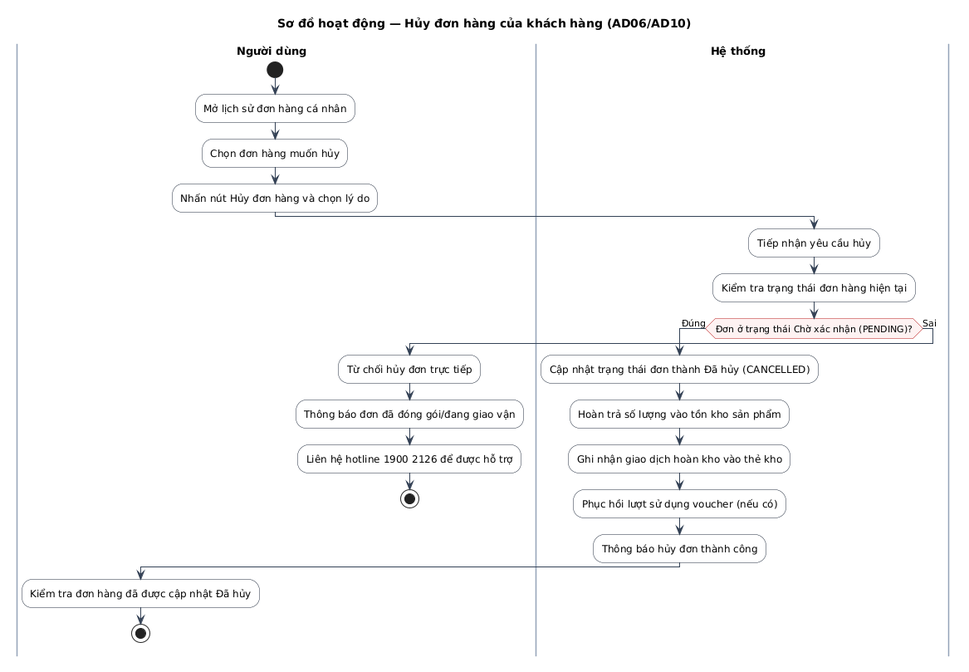
This is docs/diagrams/activity/AD06_HUY_DON_HANG_KHACH_HANG.png from dungtttd01702-coder/vamos-store, a PlantUML export, as it was before one commit.
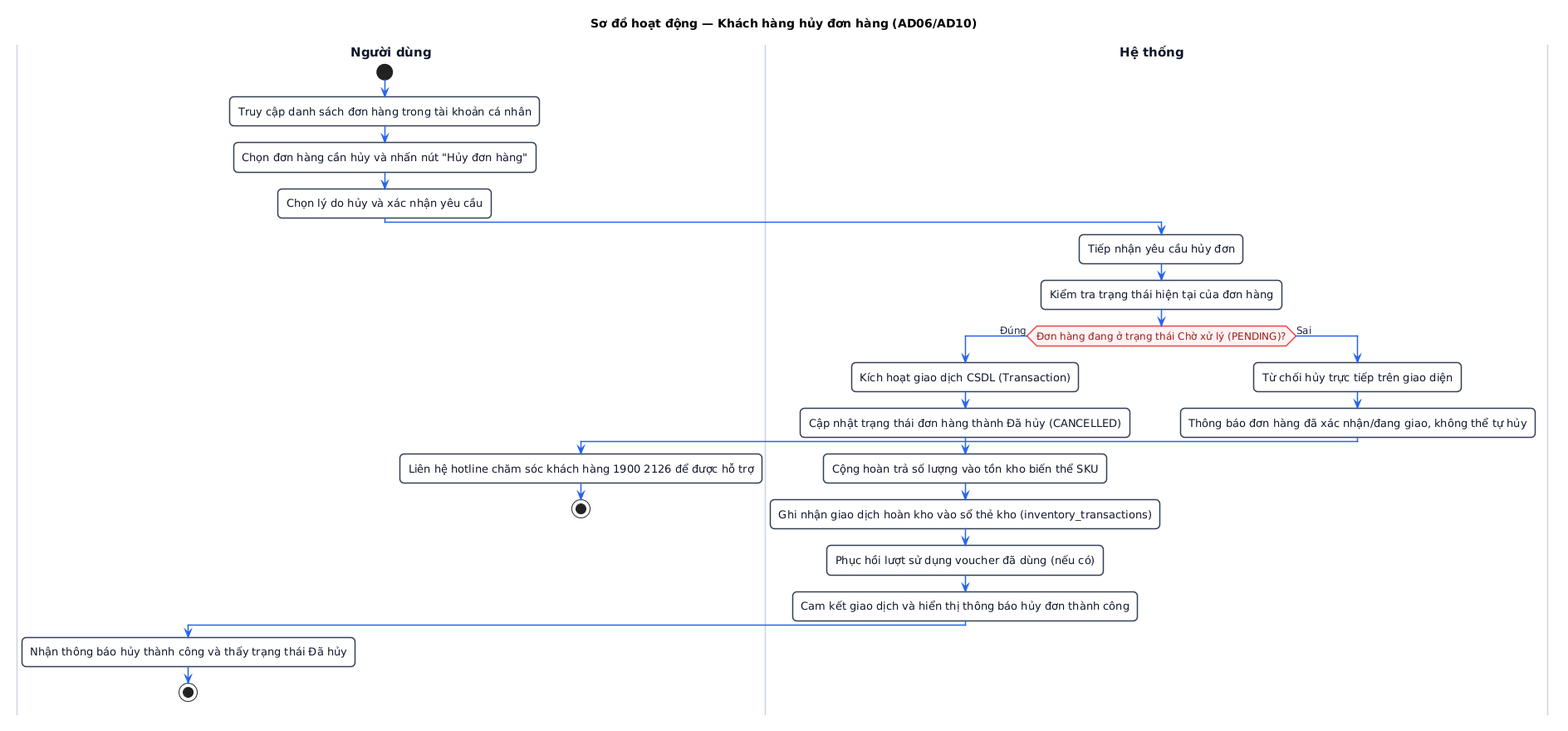
The same file after the commit.

The edit, as a diff of the source:
```diff
@@ -1,44 +1,62 @@
 @startuml
-title Sơ đồ hoạt động — Hủy đơn hàng của khách hàng (AD06/AD10)
+title Sơ đồ hoạt động — Khách hàng hủy đơn hàng (AD06/AD10)
 
-skinparam defaultFontName "Arial"
-skinparam defaultFontSize 12
-skinparam ActivityFontSize 12
-skinparam ActivityBorderColor #1e293b
+skinparam defaultFontName "Segoe UI, Arial, sans-serif"
+skinparam defaultFontSize 13
+skinparam roundCorner 10
+skinparam shadowing false
+
+skinparam ActivityFontSize 13
+skinparam ActivityFontColor #0f172a
+skinparam ActivityBorderColor #334155
+skinparam ActivityBorderThickness 1.5
 skinparam ActivityBackgroundColor #ffffff
-skinparam ActivityDiamondBorderColor #b91c1c
+
+skinparam ActivityDiamondFontSize 12
+skinparam ActivityDiamondFontColor #991b1b
+skinparam ActivityDiamondBorderColor #ef4444
+skinparam ActivityDiamondBorderThickness 1.5
 skinparam ActivityDiamondBackgroundColor #fef2f2
-skinparam ActivityDiamondFontSize 11
-skinparam ArrowColor #334155
-skinparam ArrowFontSize 11
-skinparam SwimlaneTitleFontSize 13
+
+skinparam ArrowColor #2563eb
+skinparam ArrowFontSize 12
+skinparam ArrowFontColor #1e293b
+skinparam ArrowThickness 1.5
+
+skinparam SwimlaneTitleFontSize 15
 skinparam SwimlaneTitleFontStyle bold
-skinparam SwimlaneBorderColor #94a3b8
-skinparam SwimlaneWidth same
+skinparam SwimlaneTitleFontColor #0f172a
+skinparam SwimlaneBorderColor #cbd5e1
+skinparam SwimlaneBorderThickness 1.5
+skinparam SwimlaneWidth 380
 
 |Người dùng|
 start
-:Mở lịch sử đơn hàng cá nhân;
-:Chọn đơn hàng muốn hủy;
-:Nhấn nút Hủy đơn hàng và chọn lý do;
+:Truy cập danh sách đơn hàng trong tài khoản cá nhân;
+:Chọn đơn hàng cần hủy và nhấn nút "Hủy đơn hàng";
+:Chọn lý do hủy và xác nhận yêu cầu;
 
 |Hệ thống|
-:Tiếp nhận yêu cầu hủy;
-:Kiểm tra trạng thái đơn hàng hiện tại;
-if (Đơn ở trạng thái Chờ xác nhận (PENDING)?) then (Đúng)
-  :Cập nhật trạng thái đơn thành Đã hủy (CANCELLED);
-  :Hoàn trả số lượng vào tồn kho sản phẩm;
-  :Ghi nhận giao dịch hoàn kho vào thẻ kho;
-  :Phục hồi lượt sử dụng voucher (nếu có);
-  :Thông báo hủy đơn thành công;
+:Tiếp nhận yêu cầu hủy đơn;
+:Kiểm tra trạng thái hiện tại của đơn hàng;
+
+if (Đơn hàng đang ở trạng thái Chờ xử lý (PENDING)?) then (Đúng)
+  |Hệ thống|
+  :Kích hoạt giao dịch CSDL (Transaction);
+  :Cập nhật trạng thái đơn hàng thành Đã hủy (CANCELLED);
+  :Cộng hoàn trả số lượng vào tồn kho biến thể SKU;
+  :Ghi nhận giao dịch hoàn kho vào sổ thẻ kho (inventory_transactions);
+  :Phục hồi lượt sử dụng voucher đã dùng (nếu có);
+  :Cam kết giao dịch và hiển thị thông báo hủy đơn thành công;
   |Người dùng|
-  :Kiểm tra đơn hàng đã được cập nhật Đã hủy;
+  :Nhận thông báo hủy thành công và thấy trạng thái Đã hủy;
   stop
 else (Sai)
-  :Từ chối hủy đơn trực tiếp;
-  :Thông báo đơn đã đóng gói/đang giao vận;
+  |Hệ thống|
+  :Từ chối hủy trực tiếp trên giao diện;
+  :Thông báo đơn hàng đã xác nhận/đang giao, không thể tự hủy;
   |Người dùng|
-  :Liên hệ hotline 1900 2126 để được hỗ trợ;
+  :Liên hệ hotline chăm sóc khách hàng 1900 2126 để được hỗ trợ;
   stop
 endif
 @enduml
```
